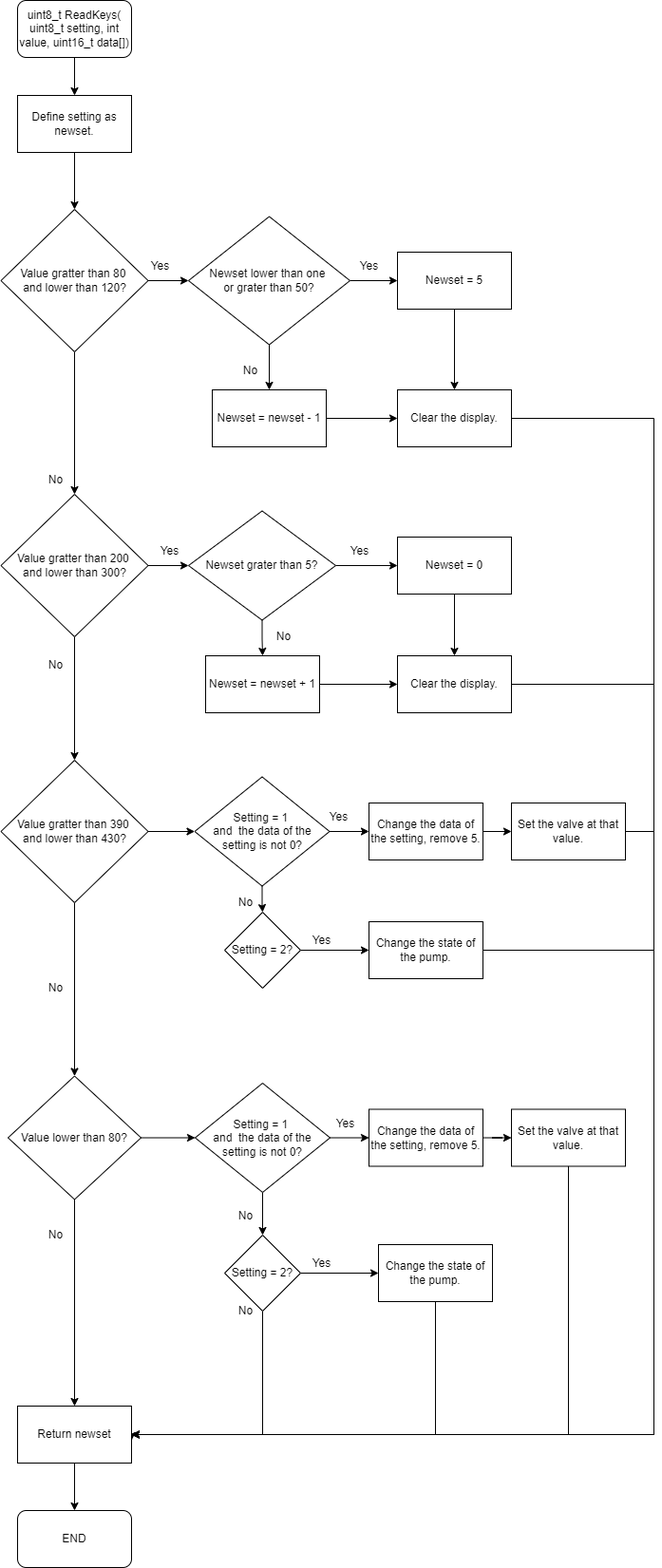
This is img/Buttons.drawio.png from unaxlasa/Water-Tank-Project, a draw.io export, as it was before one commit. Source tidied: cells renumbered, new cells last; positions are measured from the earlier drawing's top-left corner, leaving out a move shared by most shapes.
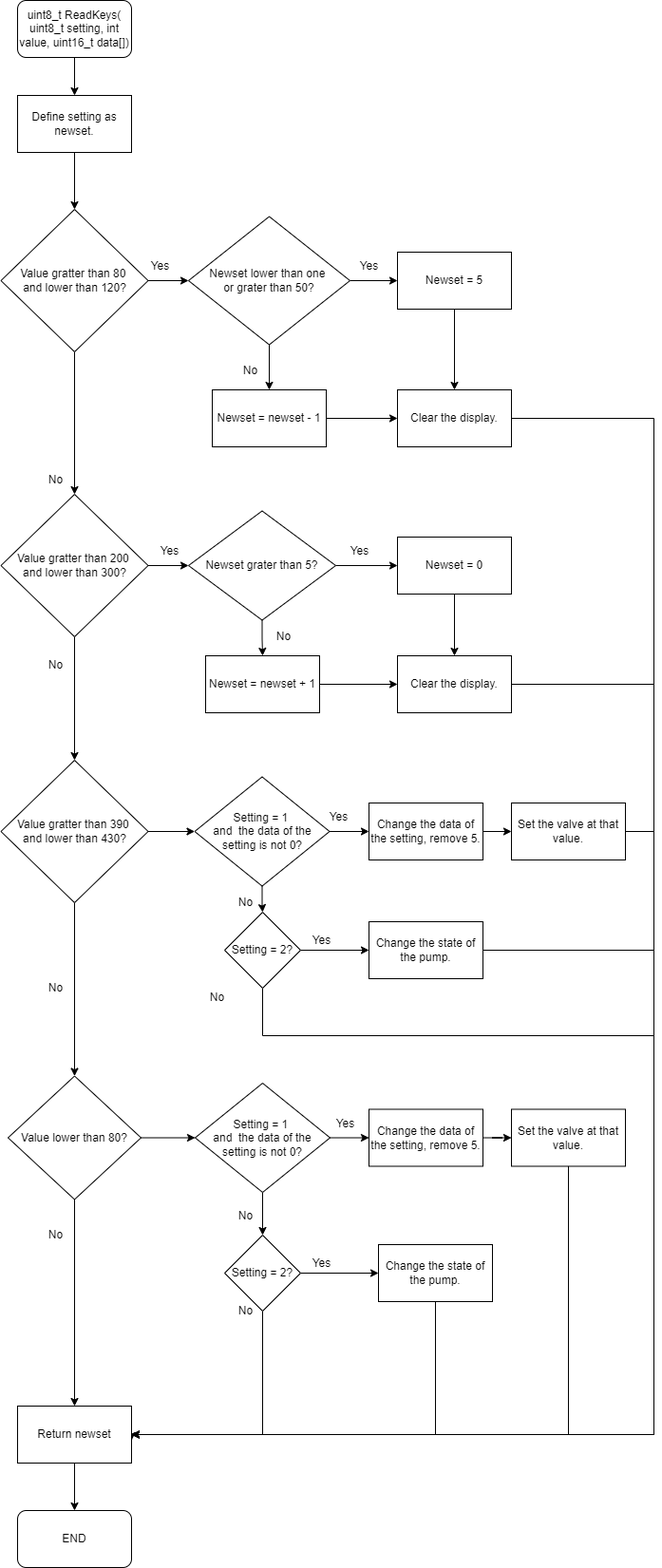
After the change.

The edit, as a diff of the source:
```diff
@@ -157,6 +157,15 @@
     <mxCell id="48" style="edgeStyle=orthogonalEdgeStyle;rounded=0;jettySize=auto;html=1;" parent="1" edge="1" source="49" target="52">
       <mxGeometry relative="1" as="geometry" />
     </mxCell>
+    <mxCell id="79" style="edgeStyle=orthogonalEdgeStyle;rounded=0;jettySize=auto;html=1;exitX=0.5;exitY=1;exitDx=0;exitDy=0;entryX=1;entryY=0.5;entryDx=0;entryDy=0;" parent="1" edge="1" source="49" target="77">
+      <mxGeometry relative="1" as="geometry">
+        <Array as="points">
+          <mxPoint x="276" y="1090" />
+          <mxPoint x="688" y="1090" />
+          <mxPoint x="688" y="1510" />
+        </Array>
+      </mxGeometry>
+    </mxCell>
     <mxCell id="49" value="Setting = 2?" style="rhombus;whiteSpace=wrap;html=1;" parent="1" vertex="1">
       <mxGeometry x="236" y="960" width="80" height="80" as="geometry" />
     </mxCell>
@@ -270,5 +279,8 @@
     <mxCell id="78" value="END" style="rounded=1;whiteSpace=wrap;html=1;" parent="1" vertex="1">
       <mxGeometry x="18" y="1590" width="120" height="60" as="geometry" />
     </mxCell>
+    <mxCell id="80" value="No" style="text;html=1;align=center;verticalAlign=middle;strokeColor=none;fillColor=none;" parent="1" vertex="1">
+      <mxGeometry x="213" y="1040" width="30" height="20" as="geometry" />
+    </mxCell>
   </root>
 </mxGraphModel>
```
